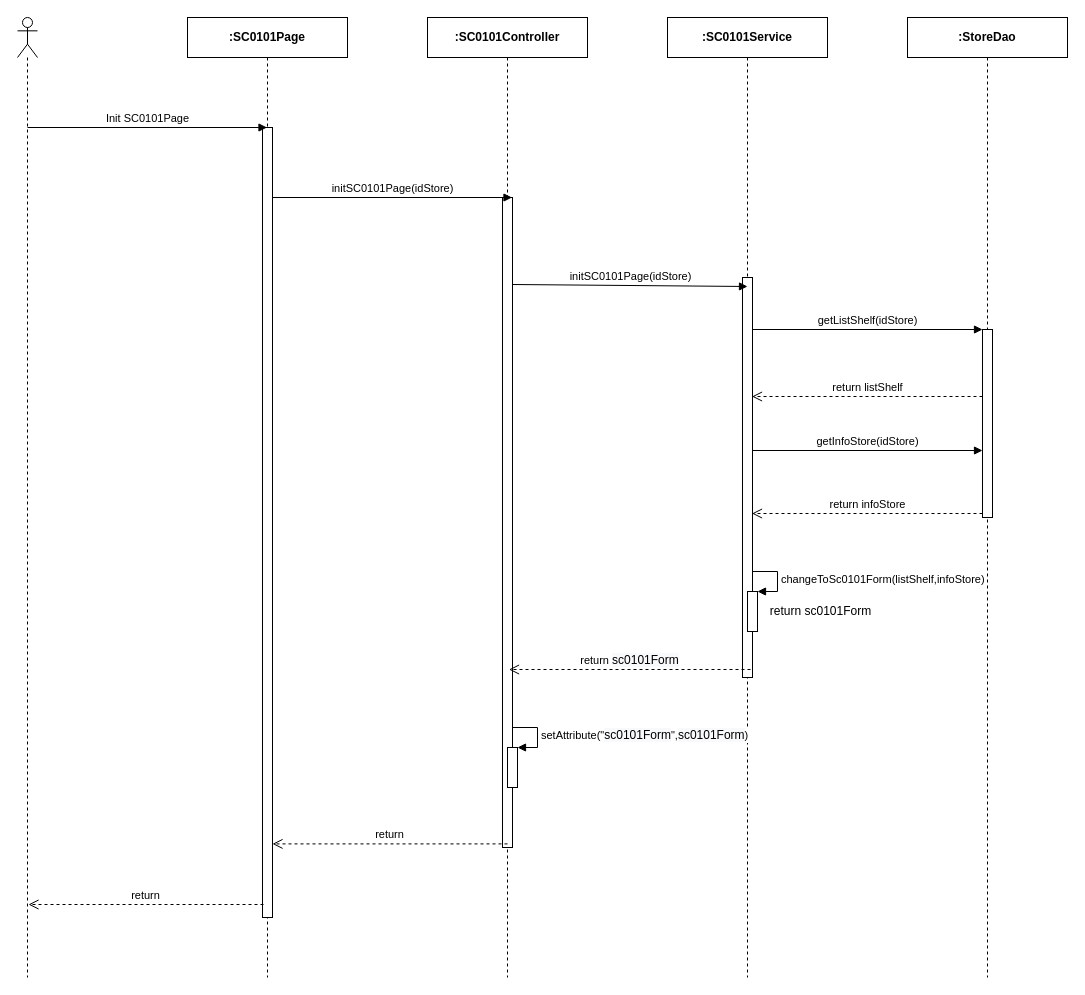
Before: page "Ev01" (1 of 7) of Users/LuanNM/SEQ Diagram Review/sc01/SC0101_StoreDetail.drawio in luannmdev/CapstoneDocument, a draw.io diagram. Source tidied: cells renumbered, new cells numbered last; positions are measured from the earlier drawing's top-left corner, leaving out a move shared by most shapes. Both pictures are drawn from the tidied source at 100%, with x=0, y=0 at pixel (17, 17).
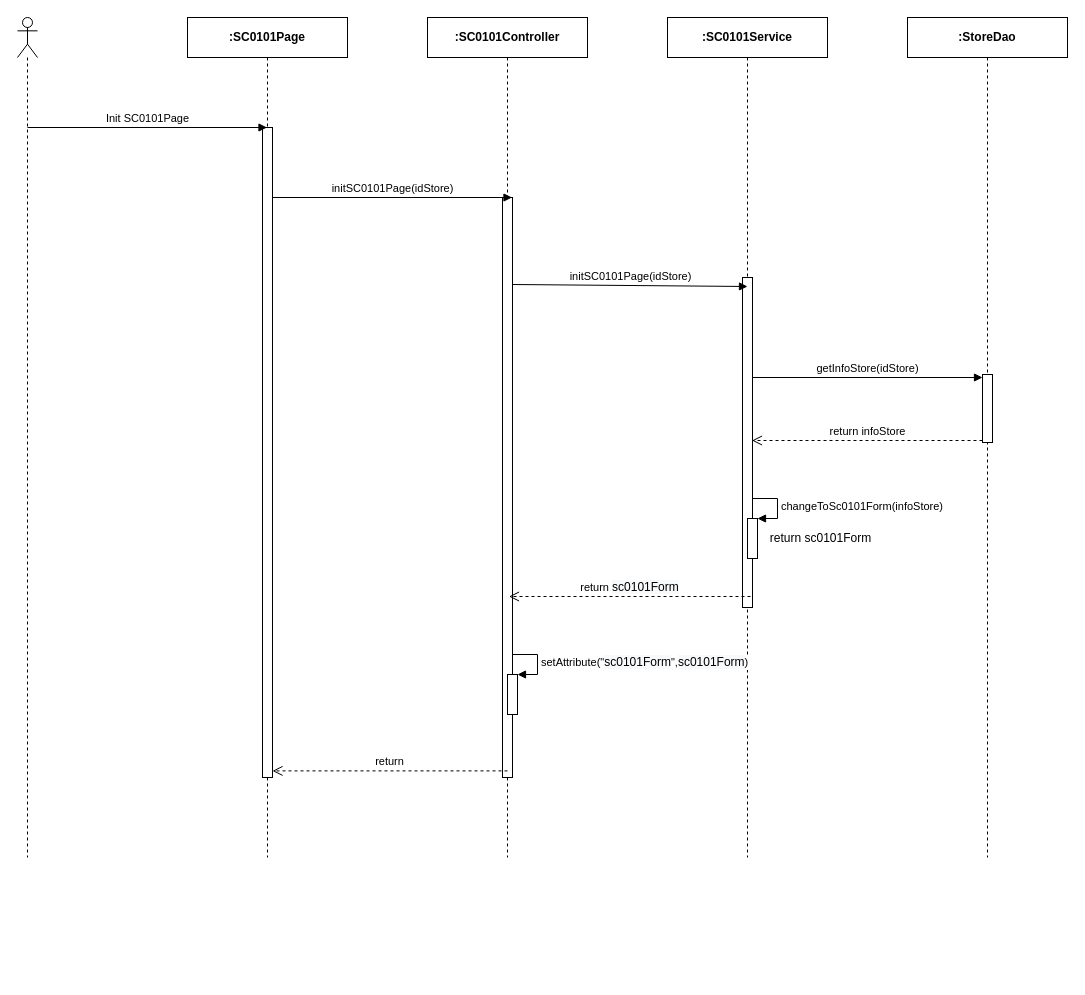
Above is the later version.

Change to the diagram source:
```diff
@@
     <mxCell id="2" style="shape=umlLifeline;participant=umlActor;perimeter=lifelinePerimeter;whiteSpace=wrap;html=1;verticalAlign=top;spacingTop=36;" parent="1" vertex="1">
-      <mxGeometry width="20" height="960" as="geometry" />
+      <mxGeometry width="20" height="840" as="geometry" />
     </mxCell>
     <mxCell id="3" value="&lt;b&gt;:SC0101Page&lt;/b&gt;" style="shape=umlLifeline;perimeter=lifelinePerimeter;whiteSpace=wrap;html=1;outlineConnect=0;" parent="1" vertex="1">
-      <mxGeometry x="170" width="160" height="960" as="geometry" />
+      <mxGeometry x="170" width="160" height="840" as="geometry" />
     </mxCell>
     <mxCell id="4" style="html=1;perimeter=orthogonalPerimeter;" parent="3" vertex="1">
-      <mxGeometry x="75" y="110" width="10" height="790" as="geometry" />
+      <mxGeometry x="75" y="110" width="10" height="650" as="geometry" />
     </mxCell>
     <mxCell id="5" value="&lt;b&gt;:StoreDao&lt;/b&gt;" style="shape=umlLifeline;perimeter=lifelinePerimeter;whiteSpace=wrap;html=1;" parent="1" vertex="1">
-      <mxGeometry x="890" width="160" height="960" as="geometry" />
+      <mxGeometry x="890" width="160" height="840" as="geometry" />
     </mxCell>
     <mxCell id="6" style="html=1;points=[];perimeter=orthogonalPerimeter;" parent="5" vertex="1">
-      <mxGeometry x="75" y="312" width="10" height="188" as="geometry" />
+      <mxGeometry x="75" y="357" width="10" height="68" as="geometry" />
     </mxCell>
     <mxCell id="7" value="getInfoStore(idStore)" style="html=1;verticalAlign=bottom;endArrow=block;entryX=0;entryY=0;" parent="5" edge="1">
       <mxGeometry relative="1" as="geometry">
-        <mxPoint x="-155.5" y="433" as="sourcePoint" />
-        <mxPoint x="75" y="433" as="targetPoint" />
+        <mxPoint x="-155.5" y="360" as="sourcePoint" />
+        <mxPoint x="75" y="360" as="targetPoint" />
       </mxGeometry>
     </mxCell>
     <mxCell id="8" value="return infoStore" style="html=1;verticalAlign=bottom;endArrow=open;dashed=1;endSize=8;exitX=0;exitY=0.95;" parent="5" edge="1">
       <mxGeometry relative="1" as="geometry">
-        <mxPoint x="75" y="496" as="sourcePoint" />
-        <mxPoint x="-155.5" y="496" as="targetPoint" />
+        <mxPoint x="75" y="423" as="sourcePoint" />
+        <mxPoint x="-155.5" y="423" as="targetPoint" />
       </mxGeometry>
     </mxCell>
     <mxCell id="9" value="&lt;b&gt;:&lt;/b&gt;&lt;b&gt;SC0101&lt;/b&gt;&lt;b&gt;Service&lt;/b&gt;" style="shape=umlLifeline;perimeter=lifelinePerimeter;whiteSpace=wrap;html=1;" parent="1" vertex="1">
-      <mxGeometry x="650" width="160" height="960" as="geometry" />
+      <mxGeometry x="650" width="160" height="840" as="geometry" />
     </mxCell>
     <mxCell id="10" style="html=1;perimeter=orthogonalPerimeter;" parent="9" vertex="1">
-      <mxGeometry x="75" y="260" width="10" height="400" as="geometry" />
+      <mxGeometry x="75" y="260" width="10" height="330" as="geometry" />
     </mxCell>
     <mxCell id="11" value="&lt;b&gt;:SC0101Controller&lt;/b&gt;" style="shape=umlLifeline;perimeter=lifelinePerimeter;whiteSpace=wrap;html=1;" parent="1" vertex="1">
-      <mxGeometry x="410" width="160" height="960" as="geometry" />
+      <mxGeometry x="410" width="160" height="840" as="geometry" />
     </mxCell>
     <mxCell id="12" style="html=1;perimeter=orthogonalPerimeter;" parent="11" vertex="1">
-      <mxGeometry x="75" y="180" width="10" height="650" as="geometry" />
+      <mxGeometry x="75" y="180" width="10" height="580" as="geometry" />
     </mxCell>
     <mxCell id="13" style="html=1;points=[];perimeter=orthogonalPerimeter;" parent="11" vertex="1">
-      <mxGeometry x="80" y="730" width="10" height="40" as="geometry" />
+      <mxGeometry x="80" y="657" width="10" height="40" as="geometry" />
     </mxCell>
     <mxCell id="14" value="setAttribute(&quot;&lt;span style=&quot;font-size: 12px ; text-align: center ; background-color: rgb(248 , 249 , 250)&quot;&gt;sc0101Form&lt;/span&gt;&quot;,&lt;span style=&quot;font-size: 12px ; text-align: center ; background-color: rgb(248 , 249 , 250)&quot;&gt;sc0101Form&lt;/span&gt;)" style="edgeStyle=orthogonalEdgeStyle;html=1;align=left;spacingLeft=2;endArrow=block;rounded=0;entryX=1;entryY=0;" parent="11" edge="1" target="13">
       <mxGeometry relative="1" as="geometry">
-        <mxPoint x="85" y="710" as="sourcePoint" />
+        <mxPoint x="85" y="637" as="sourcePoint" />
         <Array as="points">
-          <mxPoint x="110" y="710" />
+          <mxPoint x="110" y="637" />
         </Array>
       </mxGeometry>
     </mxCell>
@@
     <mxCell id="18" value="return&amp;nbsp;&lt;span style=&quot;font-size: 12px ; background-color: rgb(248 , 249 , 250)&quot;&gt;sc0101Form&lt;/span&gt;" style="html=1;verticalAlign=bottom;endArrow=open;dashed=1;endSize=8;" parent="1" edge="1">
       <mxGeometry relative="1" as="geometry">
-        <mxPoint x="733" y="652" as="sourcePoint" />
-        <mxPoint x="491.5" y="652" as="targetPoint" />
+        <mxPoint x="733" y="579" as="sourcePoint" />
+        <mxPoint x="491.5" y="579" as="targetPoint" />
       </mxGeometry>
     </mxCell>
     <mxCell id="19" value="return" style="html=1;verticalAlign=bottom;endArrow=open;dashed=1;endSize=8;" parent="1" edge="1">
       <mxGeometry relative="1" as="geometry">
-        <mxPoint x="490" y="826.4" as="sourcePoint" />
-        <mxPoint x="255" y="826.4" as="targetPoint" />
+        <mxPoint x="490" y="753.4" as="sourcePoint" />
+        <mxPoint x="255" y="753.4" as="targetPoint" />
       </mxGeometry>
     </mxCell>
-    <mxCell id="20" value="return" style="html=1;verticalAlign=bottom;endArrow=open;dashed=1;endSize=8;" parent="1" edge="1">
-      <mxGeometry relative="1" as="geometry">
-        <mxPoint x="246" y="887" as="sourcePoint" />
-        <mxPoint x="11" y="887" as="targetPoint" />
-      </mxGeometry>
-    </mxCell>
-    <mxCell id="21" value="getListShelf(idStore)" style="html=1;verticalAlign=bottom;endArrow=block;entryX=0;entryY=0;" parent="1" edge="1" target="6">
-      <mxGeometry relative="1" as="geometry">
-        <mxPoint x="734.5" y="312" as="sourcePoint" />
-      </mxGeometry>
-    </mxCell>
-    <mxCell id="22" value="return listShelf" style="html=1;verticalAlign=bottom;endArrow=open;dashed=1;endSize=8;" parent="1" edge="1">
-      <mxGeometry relative="1" as="geometry">
-        <mxPoint x="965" y="379" as="sourcePoint" />
-        <mxPoint x="734.5" y="379" as="targetPoint" />
-      </mxGeometry>
-    </mxCell>
     <mxCell id="23" style="html=1;points=[];perimeter=orthogonalPerimeter;" parent="1" vertex="1">
-      <mxGeometry x="730" y="574" width="10" height="40" as="geometry" />
+      <mxGeometry x="730" y="501" width="10" height="40" as="geometry" />
     </mxCell>
-    <mxCell id="24" value="changeToSc0101Form(listShelf,infoStore)" style="edgeStyle=orthogonalEdgeStyle;html=1;align=left;spacingLeft=2;endArrow=block;rounded=0;entryX=1;entryY=0;" parent="1" edge="1" target="23">
+    <mxCell id="24" value="changeToSc0101Form(infoStore)" style="edgeStyle=orthogonalEdgeStyle;html=1;align=left;spacingLeft=2;endArrow=block;rounded=0;entryX=1;entryY=0;" parent="1" edge="1" target="23">
       <mxGeometry relative="1" as="geometry">
-        <mxPoint x="735" y="554" as="sourcePoint" />
+        <mxPoint x="735" y="481" as="sourcePoint" />
         <Array as="points">
-          <mxPoint x="760" y="554" />
+          <mxPoint x="760" y="481" />
         </Array>
       </mxGeometry>
     </mxCell>
     <mxCell id="25" value="return sc0101Form" style="text;html=1;align=center;verticalAlign=middle;" parent="1" vertex="1">
-      <mxGeometry x="743" y="584" width="120" height="20" as="geometry" />
+      <mxGeometry x="743" y="511" width="120" height="20" as="geometry" />
     </mxCell>
```
